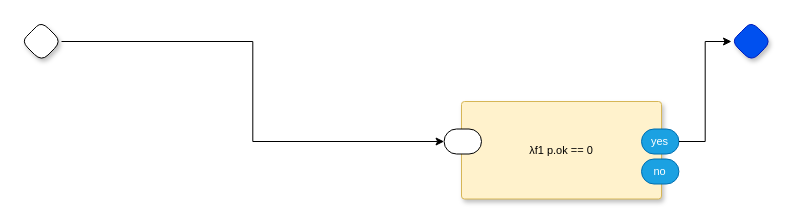
This is small-test.drawio from guitarvydas/gen0d, a draw.io file, before an edit. Source tidied: cells renumbered, new cells numbered last; positions are measured from the earlier drawing's top-left corner, leaving out a move shared by most shapes. Both pictures are drawn from the tidied source at 100%, with x=0, y=0 at pixel (21, 21).
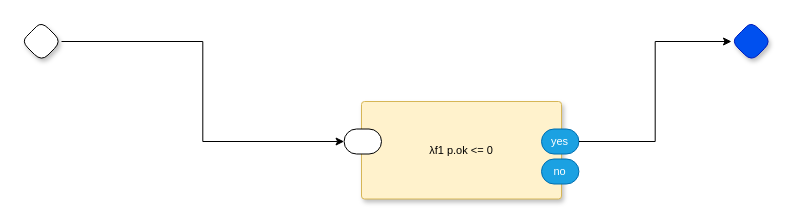
Above is the later version.

Change to the diagram source:
```diff
@@
 <mxGraphModel>
   <root>
     <mxCell id="0" />
     <mxCell id="1" parent="0" />
     <mxCell id="2" style="rhombus;whiteSpace=wrap;html=1;rounded=1;fontStyle=1;glass=0;sketch=0;fontSize=12;points=[[0,0.5,0,0,0],[0.5,0,0,0,0],[0.5,1,0,0,0],[1,0.5,0,0,0]];shadow=1;fontFamily=Helvetica;fontColor=default;" parent="1" vertex="1">
       <mxGeometry width="40" height="40" as="geometry" />
     </mxCell>
     <mxCell id="3" style="edgeStyle=orthogonalEdgeStyle;rounded=0;jettySize=auto;html=1;entryX=0;entryY=0.5;entryDx=0;entryDy=0;entryPerimeter=0;" parent="1" edge="1" source="2" target="6">
       <mxGeometry relative="1" as="geometry" />
     </mxCell>
     <mxCell id="4" style="rhombus;whiteSpace=wrap;html=1;rounded=1;fontStyle=1;glass=0;sketch=0;fontSize=12;points=[[0,0.5,0,0,0],[0.5,0,0,0,0],[0.5,1,0,0,0],[1,0.5,0,0,0]];shadow=1;fillColor=#0050ef;fontColor=#ffffff;strokeColor=#001DBC;fontFamily=Helvetica;" parent="1" vertex="1">
       <mxGeometry x="710" width="40" height="40" as="geometry" />
     </mxCell>
-    <mxCell id="5" value="λf1 p.ok == 0" style="rounded=1;sketch=0;verticalAlign=middle;arcSize=6;fontStyle=0;absoluteArcSize=1;shadow=1;strokeColor=#d6b656;fillColor=#fff2cc;fontFamily=Helvetica;fontSize=11;align=center;spacingLeft=0;" parent="1" vertex="1">
-      <mxGeometry x="440" y="80" width="200" height="97.5" as="geometry" />
+    <mxCell id="5" value="λf1 p.ok &lt;= 0" style="rounded=1;sketch=0;verticalAlign=middle;arcSize=6;fontStyle=0;absoluteArcSize=1;shadow=1;strokeColor=#d6b656;fillColor=#fff2cc;fontFamily=Helvetica;fontSize=11;align=center;spacingLeft=0;" parent="1" vertex="1">
+      <mxGeometry x="340" y="80" width="200" height="97.5" as="geometry" />
     </mxCell>
     <mxCell id="6" style="rounded=1;whiteSpace=wrap;html=1;sketch=0;points=[[0,0.5,0,0,0],[1,0.5,0,0,0]];arcSize=50;fontFamily=Helvetica;fontSize=11;fontColor=default;" parent="5" vertex="1">
       <mxGeometry x="-17.4" y="27.5" width="37.4" height="25" as="geometry" />
     </mxCell>
     <mxCell id="7" value="yes" style="rounded=1;whiteSpace=wrap;html=1;sketch=0;points=[[0,0.5,0,0,0],[1,0.5,0,0,0]];fillColor=#1ba1e2;fontColor=#ffffff;strokeColor=#006EAF;arcSize=50;fontFamily=Helvetica;fontSize=11;" parent="5" vertex="1">
       <mxGeometry x="180" y="27.5" width="37.4" height="25" as="geometry" />
     </mxCell>
     <mxCell id="8" value="no" style="rounded=1;whiteSpace=wrap;html=1;sketch=0;fillColor=#1ba1e2;fontColor=#ffffff;strokeColor=#006EAF;arcSize=50;fontFamily=Helvetica;fontSize=11;" parent="5" vertex="1">
       <mxGeometry x="180" y="57.5" width="37.4" height="25" as="geometry" />
     </mxCell>
     <mxCell id="9" style="edgeStyle=orthogonalEdgeStyle;rounded=0;jettySize=auto;html=1;exitX=1;exitY=0.5;exitDx=0;exitDy=0;exitPerimeter=0;entryX=0;entryY=0.5;entryDx=0;entryDy=0;entryPerimeter=0;" parent="1" edge="1" source="7" target="4">
       <mxGeometry relative="1" as="geometry" />
     </mxCell>
   </root>
 </mxGraphModel>
```
